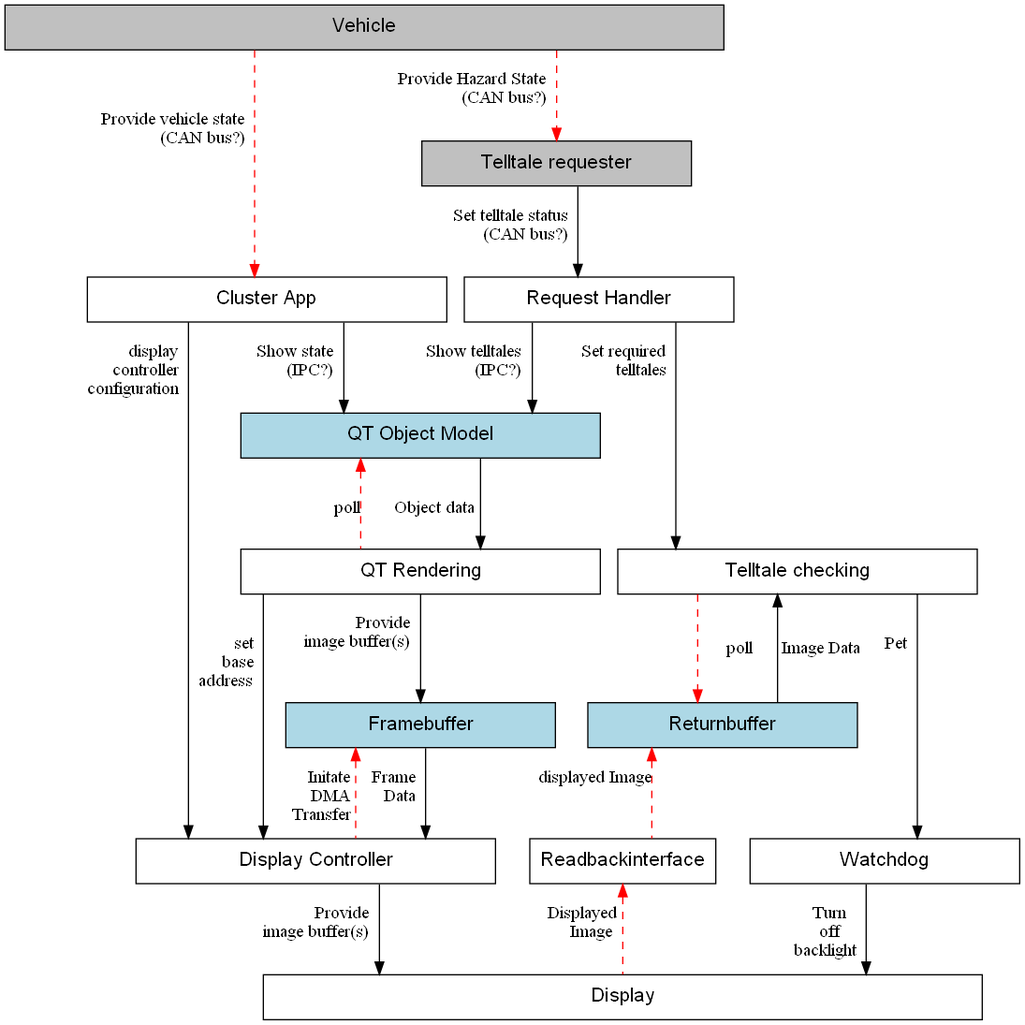
elisa-tech/wg-automotive keeps this Graphviz diagram as Cluster_Display_Use_Case_v2/stpa/cluster-control-structure.dot.png. Above is the earlier version. Its source is kept beside it as Cluster_Display_Use_Case_v2/stpa/cluster-control-structure.dot.
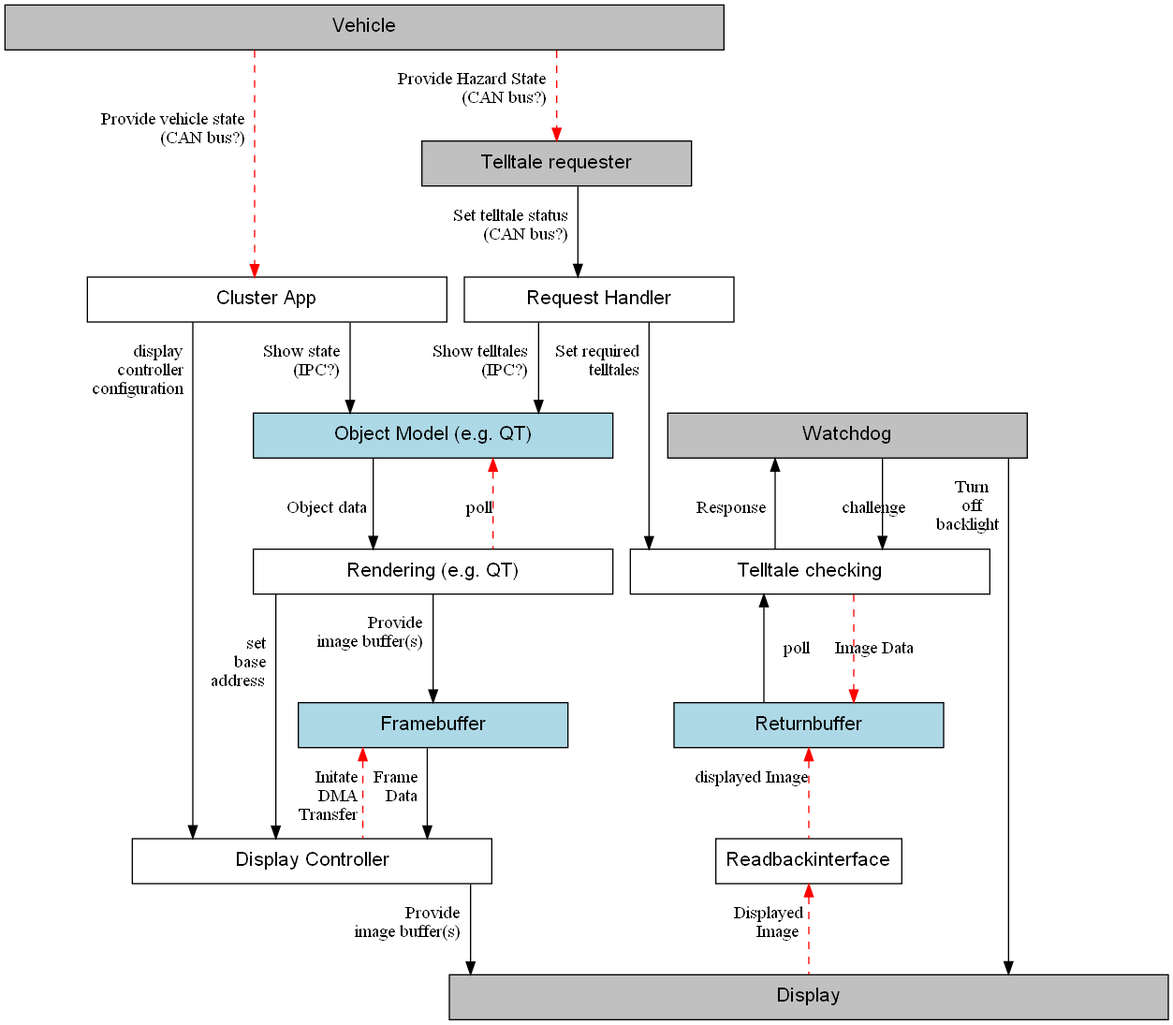
The same diagram one commit later.

Commit message:
Changes made to control structure diagram during sync call 4.02.2022

What changed in the source:
```diff
@@ -7,15 +7,15 @@
 cluster [label="Cluster App" width=4]
 requester [label="Telltale requester" width=3, fillcolor=gray]
 handler [label="Request Handler" width=3]
-render_OM [label="QT Object Model" width=4,fillcolor=lightblue]
-render [label="QT Rendering" width=4]
+render_OM [label="Object Model (e.g. QT)" width=4,fillcolor=lightblue]
+render [label="Rendering (e.g. QT)" width=4]
 dControl [label="Display Controller" width=4]
 framebuffer [label="Framebuffer" width=3,fillcolor=lightblue]
 returnbuffer [label="Returnbuffer" width=3,fillcolor=lightblue]
-display [label="Display" width=8]
+display [label="Display" width=8, fillcolor=gray]
 check [label="Telltale checking" width=4]
 readbackinterface [label="Readbackinterface",width=2]
-watchdog [label="Watchdog" width=3]
+watchdog [label="Watchdog" width=4, fillcolor=gray]
 
 vehicle -> cluster [taillabel="\r\r\r Provide vehicle state  \r(CAN bus?)  \r" style=dashed color=red]
 vehicle -> requester [taillabel="\rProvide Hazard State  \r(CAN bus?)  \r" style=dashed color=red]
@@ -27,7 +27,9 @@
 dControl -> display [taillabel="\rProvide  \rimage buffer(s)  \r"]
 render -> framebuffer [taillabel="\rProvide  \rimage buffer(s)  \r"]
 readbackinterface -> display [dir=back taillabel="\r Displayed \nImage  \r" style=dashed color=red]
-check -> watchdog [taillabel="\r\rPet  \r"]
+
+watchdog -> check [dir=back,taillabel="\r\r Response  \r"]
+watchdog -> check [taillabel="\r\r            challenge  \r"]
 watchdog -> display [taillabel="\rTurn\noff\nbacklight  \r"]
 framebuffer -> dControl [dir=back taillabel="\r Initate \rDMA \r Transfer \r" style=dashed color=red]
 framebuffer -> dControl [taillabel="\r Frame  \r  Data  \r"]
@@ -39,9 +41,7 @@
 check -> returnbuffer [dir=back,label="Image Data"]
 returnbuffer -> readbackinterface [dir=back, taillabel="\r displayed Image",color=red,style=dashed]
 
-{
-rank=same
-dControl -> readbackinterface -> watchdog [style=invis]
-}
+
+
 
 }
```
